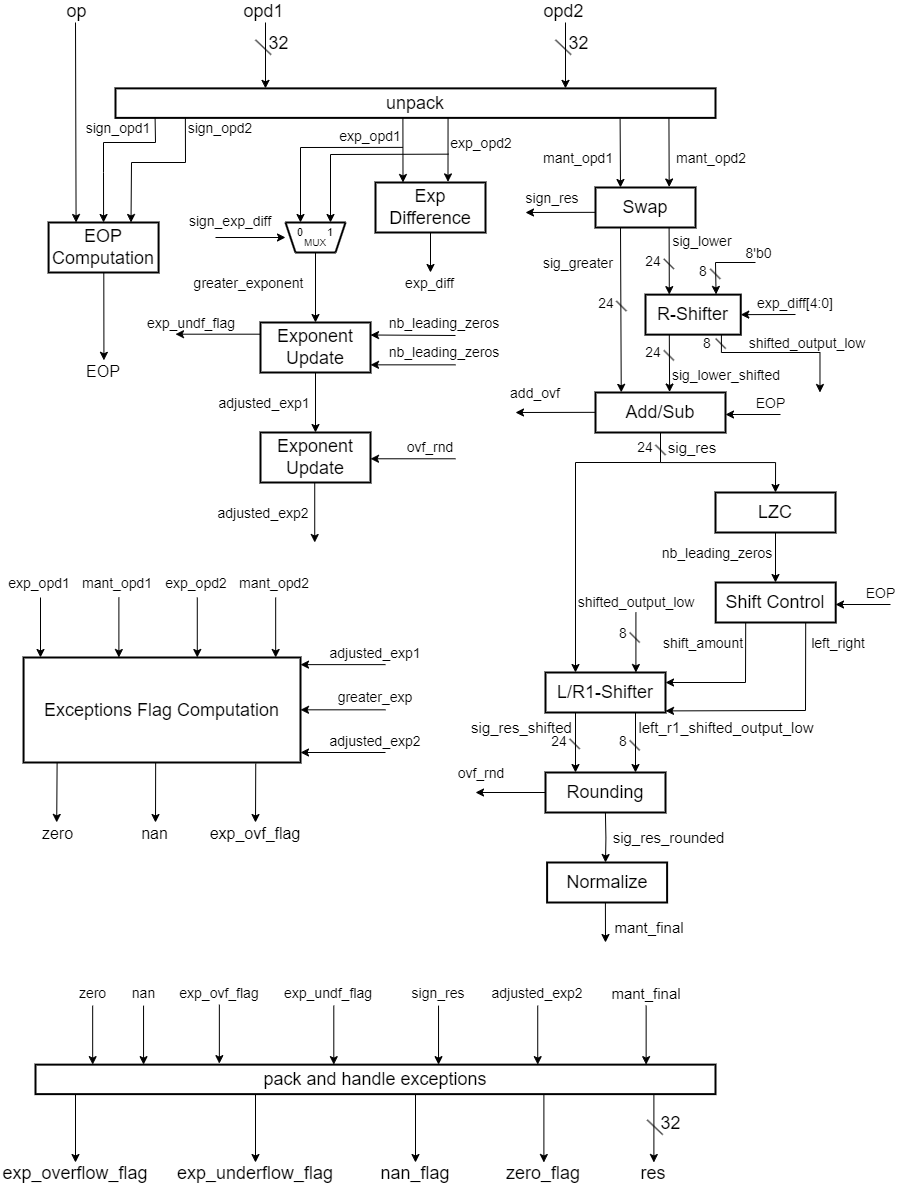
This is fp_add_sub/schematic/fp_add_sub.png from mik300/fpu_design, a draw.io export, as it was before one commit. Source tidied: cells renumbered, new cells last; positions are measured from the earlier drawing's top-left corner, leaving out a move shared by most shapes.
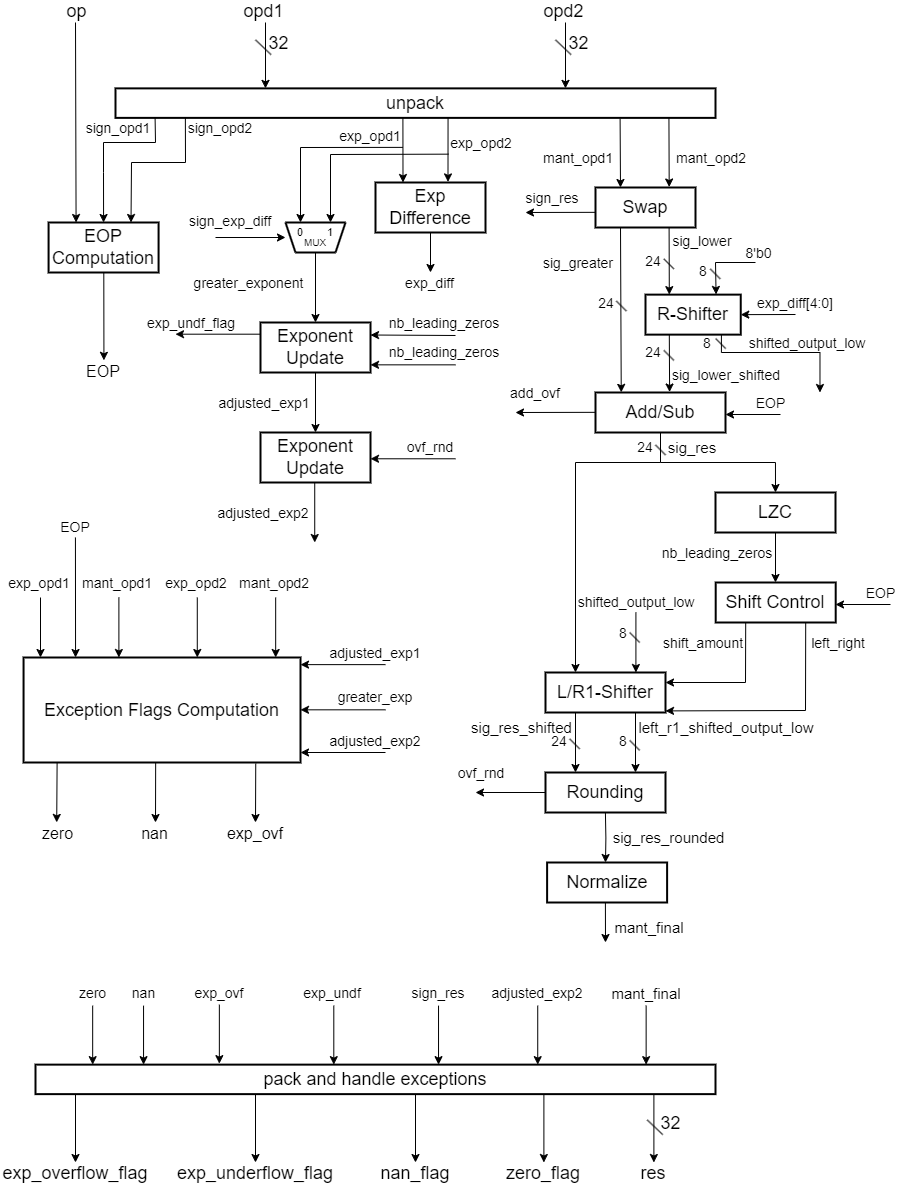
The same file after the commit.

Change to the diagram source:
```diff
@@ -390,7 +390,7 @@
     <mxCell id="95" value="&lt;font style=&quot;font-size: 16px;&quot;&gt;EOP&lt;/font&gt;" style="text;html=1;align=center;verticalAlign=middle;whiteSpace=wrap;rounded=0;" parent="1" vertex="1">
       <mxGeometry x="75" y="359.9" width="56.1" height="22.1" as="geometry" />
     </mxCell>
-    <mxCell id="96" value="&lt;font style=&quot;font-size: 18px;&quot;&gt;Exceptions Flag Computation&lt;/font&gt;" style="rounded=0;whiteSpace=wrap;html=1;strokeWidth=2;" parent="1" vertex="1">
+    <mxCell id="96" value="&lt;font style=&quot;font-size: 18px;&quot;&gt;Exception Flags Computation&lt;/font&gt;" style="rounded=0;whiteSpace=wrap;html=1;strokeWidth=2;" parent="1" vertex="1">
       <mxGeometry x="23.1" y="657" width="276.9" height="105" as="geometry" />
     </mxCell>
     <mxCell id="97" style="edgeStyle=orthogonalEdgeStyle;rounded=0;orthogonalLoop=1;jettySize=auto;html=1;exitX=0.5;exitY=1;exitDx=0;exitDy=0;entryX=0.5;entryY=0;entryDx=0;entryDy=0;" parent="1" edge="1">
@@ -441,7 +441,7 @@
     <mxCell id="108" value="&lt;span style=&quot;font-size: 14px;&quot;&gt;adjusted_exp2&lt;/span&gt;" style="text;html=1;align=center;verticalAlign=middle;whiteSpace=wrap;rounded=0;" parent="1" vertex="1">
       <mxGeometry x="330" y="729.9" width="90" height="22.1" as="geometry" />
     </mxCell>
-    <mxCell id="109" value="&lt;font style=&quot;font-size: 16px;&quot;&gt;exp_ovf_flag&lt;/font&gt;" style="text;html=1;align=center;verticalAlign=middle;whiteSpace=wrap;rounded=0;" parent="1" vertex="1">
+    <mxCell id="109" value="&lt;font style=&quot;font-size: 16px;&quot;&gt;exp_ovf&lt;/font&gt;" style="text;html=1;align=center;verticalAlign=middle;whiteSpace=wrap;rounded=0;" parent="1" vertex="1">
       <mxGeometry x="215" y="822" width="80" height="22.1" as="geometry" />
     </mxCell>
     <mxCell id="110" style="endArrow=classic;html=1;rounded=0;entryX=1;entryY=0.25;entryDx=0;entryDy=0;" parent="1" edge="1">
@@ -491,11 +491,11 @@
         <mxPoint x="218.8" y="1063.1" as="targetPoint" />
       </mxGeometry>
     </mxCell>
-    <mxCell id="119" value="&lt;font style=&quot;font-size: 14px;&quot;&gt;exp_ovf_flag&lt;/font&gt;" style="text;html=1;align=center;verticalAlign=middle;whiteSpace=wrap;rounded=0;" parent="1" vertex="1">
+    <mxCell id="119" value="&lt;font style=&quot;font-size: 14px;&quot;&gt;exp_ovf&lt;/font&gt;" style="text;html=1;align=center;verticalAlign=middle;whiteSpace=wrap;rounded=0;" parent="1" vertex="1">
       <mxGeometry x="179" y="982" width="80" height="22.1" as="geometry" />
     </mxCell>
-    <mxCell id="120" value="&lt;span style=&quot;font-size: 14px;&quot;&gt;exp_undf_flag&lt;/span&gt;" style="text;html=1;align=center;verticalAlign=middle;whiteSpace=wrap;rounded=0;" parent="1" vertex="1">
-      <mxGeometry x="269.1" y="982" width="118.4" height="22.1" as="geometry" />
+    <mxCell id="120" value="&lt;span style=&quot;font-size: 14px;&quot;&gt;exp_undf&lt;/span&gt;" style="text;html=1;align=center;verticalAlign=middle;whiteSpace=wrap;rounded=0;" parent="1" vertex="1">
+      <mxGeometry x="269.1" y="982" width="125.9" height="22.1" as="geometry" />
     </mxCell>
     <mxCell id="121" style="endArrow=classic;html=1;rounded=0;" parent="1" edge="1">
       <mxGeometry relative="1" as="geometry">
@@ -731,5 +731,14 @@
         <mxPoint x="92.2" y="1064.1" as="targetPoint" />
       </mxGeometry>
     </mxCell>
+    <mxCell id="173" style="endArrow=classic;html=1;rounded=0;entryX=0.188;entryY=0.048;entryDx=0;entryDy=0;entryPerimeter=0;" parent="1" edge="1">
+      <mxGeometry relative="1" as="geometry">
+        <mxPoint x="74.9" y="537" as="sourcePoint" />
+        <mxPoint x="75.1" y="657" as="targetPoint" />
+      </mxGeometry>
+    </mxCell>
+    <mxCell id="174" value="&lt;span style=&quot;font-size: 14px;&quot;&gt;EOP&lt;/span&gt;" style="text;html=1;align=center;verticalAlign=middle;whiteSpace=wrap;rounded=0;" parent="1" vertex="1">
+      <mxGeometry x="35.8" y="512" width="78.4" height="30" as="geometry" />
+    </mxCell>
   </root>
 </mxGraphModel>
```
